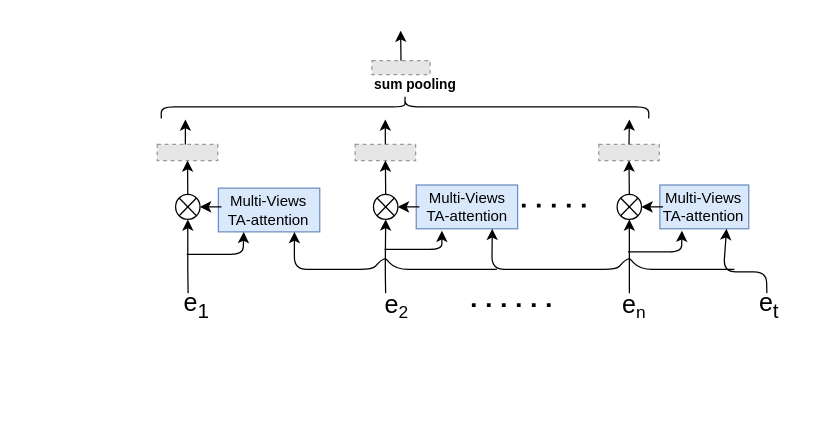
This is page "multi-views ta attention" (1 of 11) of Untitled Diagram.drawio from jlinleung/Cheatsheets, a draw.io file, before an edit. Source tidied: cells renumbered, new cells numbered last; positions are measured from the earlier drawing's top-left corner, leaving out a move shared by most shapes. Both pictures are drawn from the tidied source at 125%, with x=0, y=0 at pixel (156, -138). Pictures stored in the file or linked from it are replaced by grey dashed boxes.
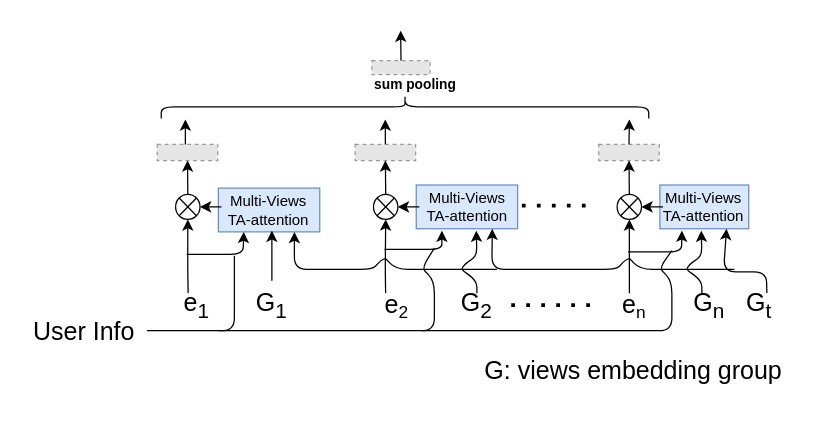
Above is the later version.

Commit message:
multi views ta attention.drawio

The change refers to these unchanged cells:
```xml
<mxCell id="2" style="group;" parent="1" vertex="1">
  <mxGeometry x="0.3" y="225" width="140" height="139" as="geometry" />
</mxCell>
```

The edit, as a diff of the source:
```diff
@@
+    <mxCell id="47" value="&lt;font style=&quot;font-size: 20px&quot;&gt;G&lt;sub&gt;1&lt;/sub&gt;&lt;/font&gt;" style="text;html=1;strokeColor=none;fillColor=none;align=center;verticalAlign=middle;whiteSpace=wrap;rounded=0;sketch=0;fontSize=20;" parent="2" vertex="1">
+      <mxGeometry x="71.7" y="119" width="40" height="20" as="geometry" />
+    </mxCell>
@@
-    <mxCell id="44" value="&lt;font style=&quot;font-size: 20px&quot;&gt;e&lt;sub&gt;t&lt;/sub&gt;&lt;/font&gt;" style="text;html=1;strokeColor=none;fillColor=none;align=center;verticalAlign=middle;whiteSpace=wrap;rounded=0;fontSize=13;" parent="1" vertex="1">
-      <mxGeometry x="470.3" y="344" width="40" height="20" as="geometry" />
-    </mxCell>
@@
     <mxCell id="46" style="endArrow=none;dashed=1;html=1;dashPattern=1 3;strokeWidth=3;fontSize=17;" parent="1" edge="1">
       <mxGeometry relative="1" as="geometry">
-        <mxPoint x="252" y="353.5" as="sourcePoint" />
-        <mxPoint x="322" y="353.5" as="targetPoint" />
+        <mxPoint x="283.5" y="353.5" as="sourcePoint" />
+        <mxPoint x="353.5" y="353.5" as="targetPoint" />
       </mxGeometry>
     </mxCell>
+    <mxCell id="48" value="&lt;font style=&quot;font-size: 20px&quot;&gt;G&lt;sub&gt;2&lt;/sub&gt;&lt;/font&gt;" style="text;html=1;strokeColor=none;fillColor=none;align=center;verticalAlign=middle;whiteSpace=wrap;rounded=0;sketch=0;fontSize=20;" parent="1" vertex="1">
+      <mxGeometry x="236" y="344" width="40" height="20" as="geometry" />
+    </mxCell>
+    <mxCell id="49" value="&lt;font style=&quot;font-size: 20px&quot;&gt;G&lt;sub&gt;t&lt;/sub&gt;&lt;/font&gt;" style="text;html=1;strokeColor=none;fillColor=none;align=center;verticalAlign=middle;whiteSpace=wrap;rounded=0;sketch=0;fontSize=20;" parent="1" vertex="1">
+      <mxGeometry x="462" y="344" width="40" height="20" as="geometry" />
+    </mxCell>
+    <mxCell id="50" style="endArrow=classic;html=1;fontSize=20;" parent="1" edge="1">
+      <mxGeometry relative="1" as="geometry">
+        <mxPoint x="92" y="334" as="sourcePoint" />
+        <mxPoint x="92" y="294" as="targetPoint" />
+      </mxGeometry>
+    </mxCell>
+    <mxCell id="51" style="endArrow=classic;html=1;fontSize=20;exitX=0.5;exitY=0;exitDx=0;exitDy=0;" parent="1" edge="1" source="48">
+      <mxGeometry relative="1" as="geometry">
+        <mxPoint x="255.5" y="294" as="targetPoint" />
+        <Array as="points">
+          <mxPoint x="256" y="334" />
+          <mxPoint x="242" y="324" />
+          <mxPoint x="256" y="314" />
+        </Array>
+      </mxGeometry>
+    </mxCell>
+    <mxCell id="52" value="&lt;font style=&quot;font-size: 20px&quot;&gt;G&lt;sub&gt;n&lt;/sub&gt;&lt;/font&gt;" style="text;html=1;strokeColor=none;fillColor=none;align=center;verticalAlign=middle;whiteSpace=wrap;rounded=0;sketch=0;fontSize=20;" parent="1" vertex="1">
+      <mxGeometry x="422" y="344" width="40" height="20" as="geometry" />
+    </mxCell>
+    <mxCell id="53" style="endArrow=classic;html=1;fontSize=20;exitX=0.5;exitY=0;exitDx=0;exitDy=0;" parent="1" edge="1">
+      <mxGeometry relative="1" as="geometry">
+        <mxPoint x="436" y="344" as="sourcePoint" />
+        <mxPoint x="435.5" y="294" as="targetPoint" />
+        <Array as="points">
+          <mxPoint x="436" y="334" />
+          <mxPoint x="422" y="324" />
+          <mxPoint x="436" y="314" />
+        </Array>
+      </mxGeometry>
+    </mxCell>
+    <mxCell id="54" value="User Info" style="text;html=1;strokeColor=none;fillColor=none;align=center;verticalAlign=middle;whiteSpace=wrap;rounded=0;sketch=0;fontSize=20;" parent="1" vertex="1">
+      <mxGeometry x="-108" y="364" width="100" height="20" as="geometry" />
+    </mxCell>
+    <mxCell id="55" style="endArrow=none;html=1;fontSize=20;" parent="1" edge="1">
+      <mxGeometry relative="1" as="geometry">
+        <mxPoint x="-8" y="374" as="sourcePoint" />
+        <mxPoint x="62" y="314" as="targetPoint" />
+        <Array as="points">
+          <mxPoint x="12" y="374" />
+          <mxPoint x="62" y="374" />
+        </Array>
+      </mxGeometry>
+    </mxCell>
+    <mxCell id="56" style="endArrow=none;html=1;fontSize=20;jumpSize=2;" parent="1" edge="1">
+      <mxGeometry relative="1" as="geometry">
+        <mxPoint x="49" y="374" as="sourcePoint" />
+        <mxPoint x="222" y="308" as="targetPoint" />
+        <Array as="points">
+          <mxPoint x="222" y="374" />
+          <mxPoint x="222" y="334" />
+          <mxPoint x="212" y="324" />
+        </Array>
+      </mxGeometry>
+    </mxCell>
+    <mxCell id="57" style="endArrow=none;html=1;fontSize=20;" parent="1" edge="1">
+      <mxGeometry relative="1" as="geometry">
+        <mxPoint x="212" y="374" as="sourcePoint" />
+        <mxPoint x="412" y="310" as="targetPoint" />
+        <Array as="points">
+          <mxPoint x="412" y="374" />
+          <mxPoint x="412" y="334" />
+          <mxPoint x="402" y="324" />
+        </Array>
+      </mxGeometry>
+    </mxCell>
+    <mxCell id="58" value="G: views embedding group&amp;nbsp;&amp;nbsp;" style="text;html=1;strokeColor=none;fillColor=none;align=center;verticalAlign=middle;whiteSpace=wrap;rounded=0;sketch=0;fontSize=20;" parent="1" vertex="1">
+      <mxGeometry x="252" y="365" width="270" height="80" as="geometry" />
+    </mxCell>
```
